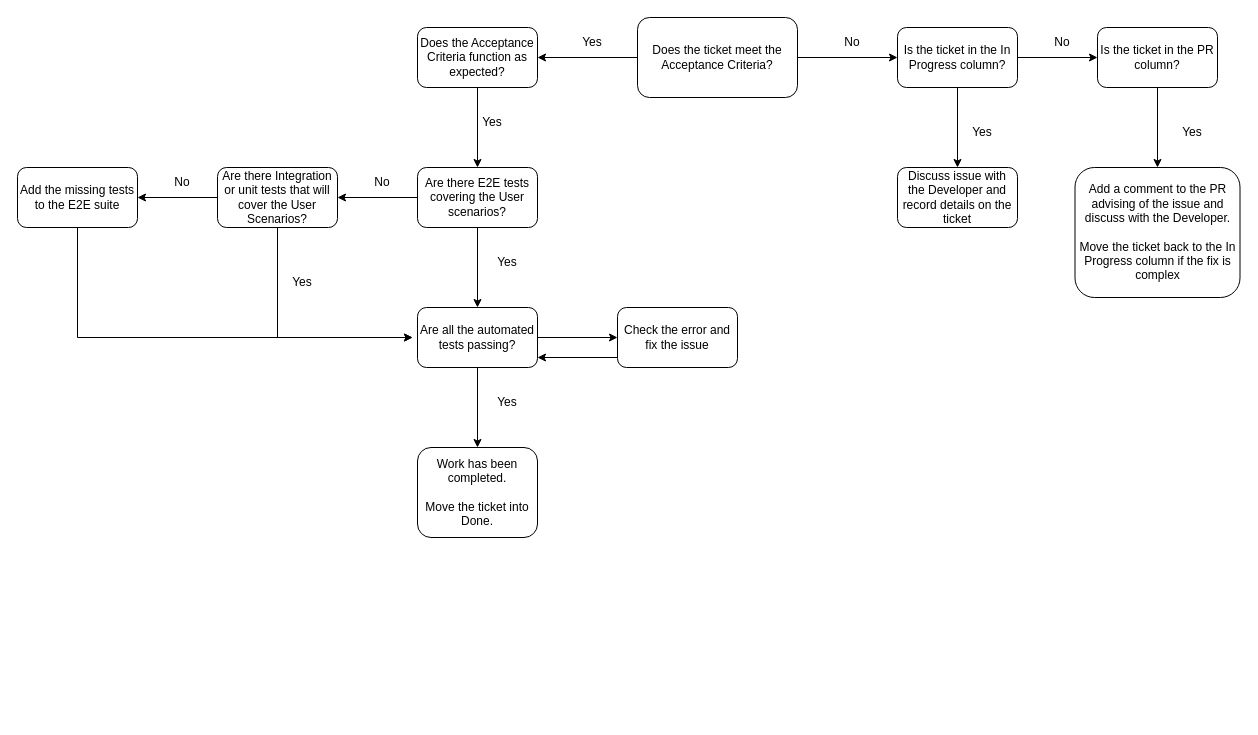
EmmaHawkins/test_flows keeps this draw.io diagram as Bug Reporting Flowchart.drawio. Above is the earlier version. Source tidied: cells renumbered, new cells numbered last; positions are measured from the earlier drawing's top-left corner, leaving out a move shared by most shapes. Both pictures are drawn from the tidied source at 100%, with x=0, y=0 at pixel (17, 17).
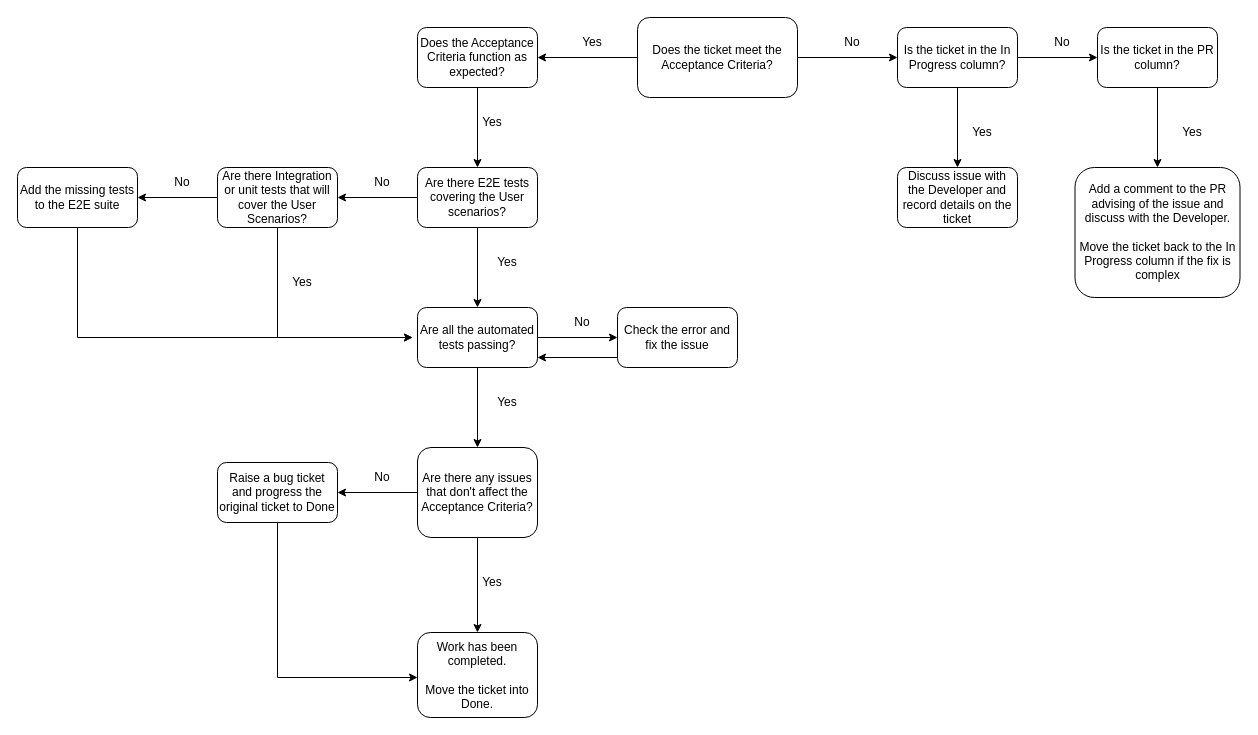
After the change.

The edit, as a diff of the source:
```diff
@@
+    <mxCell id="39" style="edgeStyle=orthogonalEdgeStyle;rounded=0;jettySize=auto;html=1;" parent="1" edge="1" source="30" target="41">
+      <mxGeometry relative="1" as="geometry" />
+    </mxCell>
+    <mxCell id="40" style="edgeStyle=orthogonalEdgeStyle;rounded=0;jettySize=auto;html=1;" parent="1" edge="1" source="30" target="42">
+      <mxGeometry relative="1" as="geometry" />
+    </mxCell>
-    <mxCell id="30" value="Work has been completed.&lt;br&gt;&lt;br&gt;Move the ticket into Done." style="whiteSpace=wrap;html=1;rounded=1;" parent="1" vertex="1">
+    <mxCell id="30" value="Are there any issues that don't affect the Acceptance Criteria?" style="whiteSpace=wrap;html=1;rounded=1;" parent="1" vertex="1">
       <mxGeometry x="400" y="430" width="120" height="90" as="geometry" />
     </mxCell>
@@
+    <mxCell id="41" value="Work has been completed.&lt;br style=&quot;border-color: var(--border-color);&quot;&gt;&lt;br style=&quot;border-color: var(--border-color);&quot;&gt;Move the ticket into Done." style="whiteSpace=wrap;html=1;rounded=1;" parent="1" vertex="1">
+      <mxGeometry x="400" y="615" width="120" height="85" as="geometry" />
+    </mxCell>
+    <mxCell id="42" value="Raise a bug ticket and progress the original ticket to Done" style="whiteSpace=wrap;html=1;rounded=1;" parent="1" vertex="1">
+      <mxGeometry x="200" y="445" width="120" height="60" as="geometry" />
+    </mxCell>
+    <mxCell id="43" style="endArrow=classic;html=1;rounded=0;exitX=0.5;exitY=1;exitDx=0;exitDy=0;" parent="1" edge="1" source="42">
+      <mxGeometry relative="1" as="geometry">
+        <mxPoint x="400" y="660" as="targetPoint" />
+        <Array as="points">
+          <mxPoint x="260" y="660" />
+        </Array>
+      </mxGeometry>
+    </mxCell>
+    <mxCell id="44" value="Yes" style="text;html=1;strokeColor=none;fillColor=none;align=center;verticalAlign=middle;whiteSpace=wrap;rounded=0;" parent="1" vertex="1">
+      <mxGeometry x="445" y="550" width="60" height="30" as="geometry" />
+    </mxCell>
+    <mxCell id="45" value="No" style="text;html=1;strokeColor=none;fillColor=none;align=center;verticalAlign=middle;whiteSpace=wrap;rounded=0;" parent="1" vertex="1">
+      <mxGeometry x="335" y="445" width="60" height="30" as="geometry" />
+    </mxCell>
+    <mxCell id="46" value="No" style="text;html=1;strokeColor=none;fillColor=none;align=center;verticalAlign=middle;whiteSpace=wrap;rounded=0;" parent="1" vertex="1">
+      <mxGeometry x="535" y="290" width="60" height="30" as="geometry" />
+    </mxCell>
```
